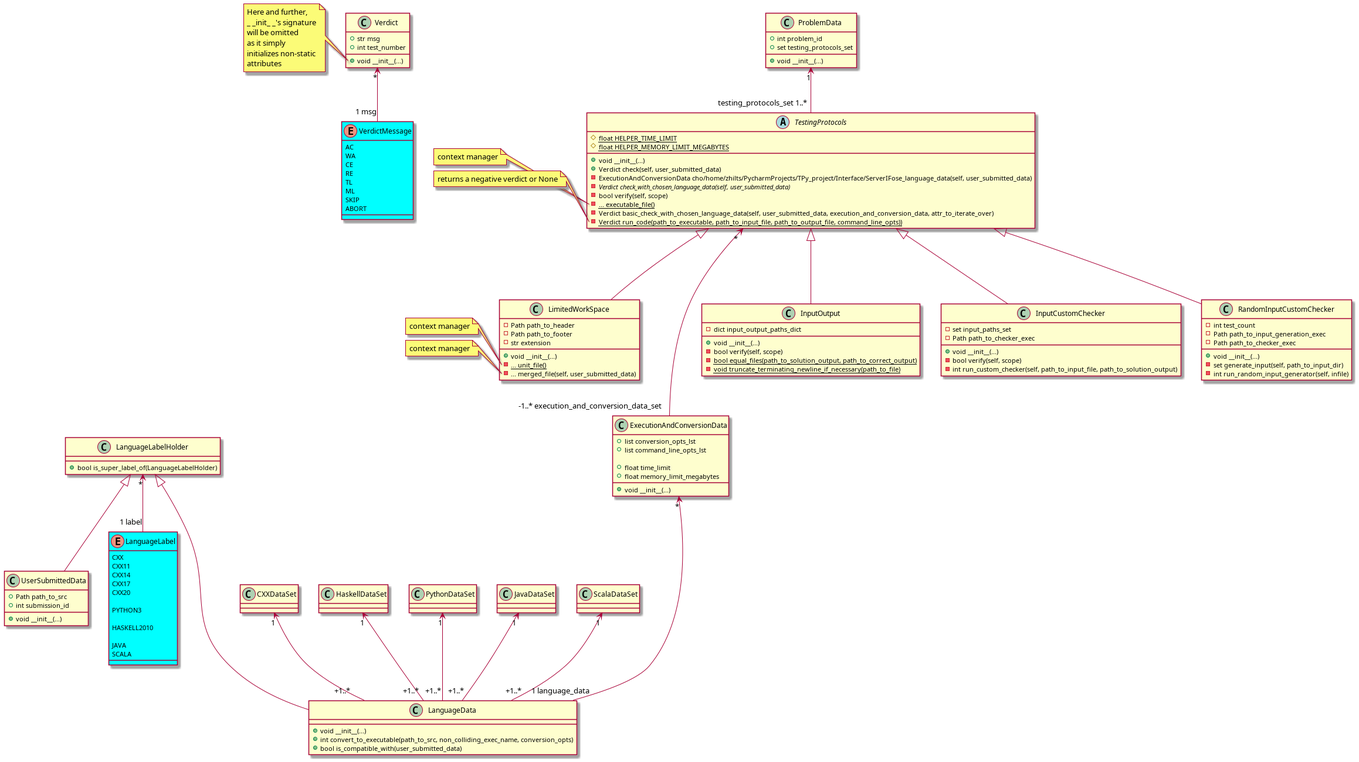
IgorZhiltsoff/TPy_project keeps this PlantUML diagram as TestingSystem/TestingProtocols/Class_TestingProtocols.png. Above is the earlier version.
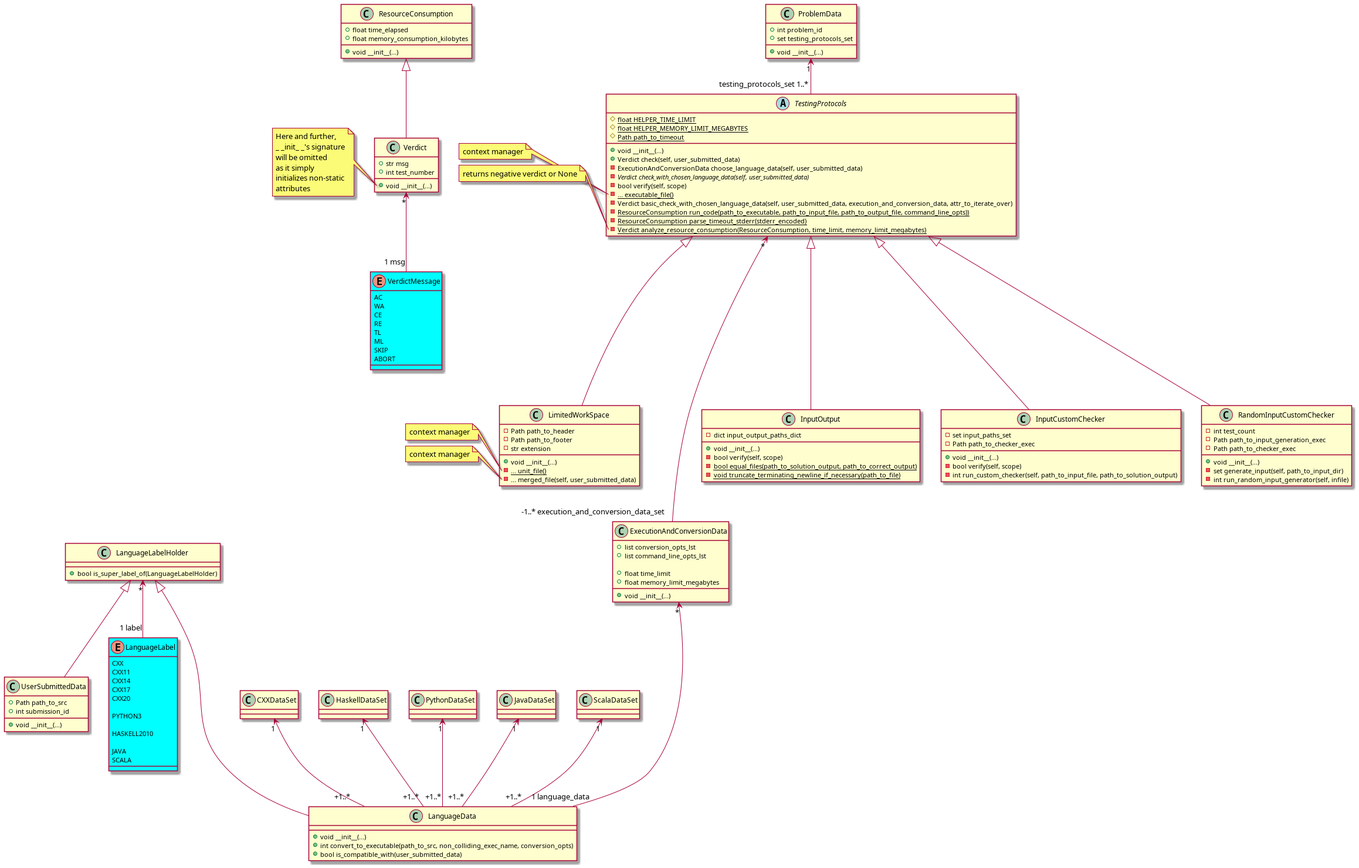
After the commit.

Commit message:
Intermediate commit Refactoring Verdict Refactoring run_code

Diff of the diagram source:
```diff
@@ -16,6 +16,13 @@
     ABORT
 }
 
+class ResourceConsumption {
+    +float time_elapsed
+    +float memory_consumption_kilobytes
+
+    +void __init__(...)
+}
+
 class Verdict {
     +str msg
     +int test_number
@@ -30,6 +37,8 @@
 initializes non-static
 attributes
 end note
+
+ResourceConsumption <|-- Verdict
 
 Verdict "*" <-- "1 msg" VerdictMessage
 
@@ -110,21 +119,25 @@
 abstract class TestingProtocols {
     #{static} float HELPER_TIME_LIMIT
     #{static} float HELPER_MEMORY_LIMIT_MEGABYTES
+    #{static} Path path_to_timeout
 
     +void __init__(...)
     +Verdict check(self, user_submitted_data)
-    -ExecutionAndConversionData cho/home/zhilts/PycharmProjects/TPy_project/Interface/ServerIFose_language_data(self, user_submitted_data)
+    -ExecutionAndConversionData choose_language_data(self, user_submitted_data)
     -{abstract} Verdict check_with_chosen_language_data(self, user_submitted_data)
     -bool verify(self, scope)
     -{static} ... executable_file()
     -Verdict basic_check_with_chosen_language_data(self, user_submitted_data, execution_and_conversion_data, attr_to_iterate_over)
-    -{static} Verdict run_code(path_to_executable, path_to_input_file, path_to_output_file, command_line_opts))
+    -{static} ResourceConsumption run_code(path_to_executable, path_to_input_file, path_to_output_file, command_line_opts))
+    -{static} ResourceConsumption parse_timeout_stderr(stderr_encoded)
+    -{static} Verdict analyze_resource_consumption(ResourceConsumption, time_limit, memory_limit_megabytes)
 }
 note left of TestingProtocols::executable_file
 context manager
 end note
-note left of TestingProtocols::run_code
-returns a negative verdict or None
+
+note left of TestingProtocols::analyze_resource_consumption
+returns negative verdict or None
 end note
 
 class InputOutput {
```
